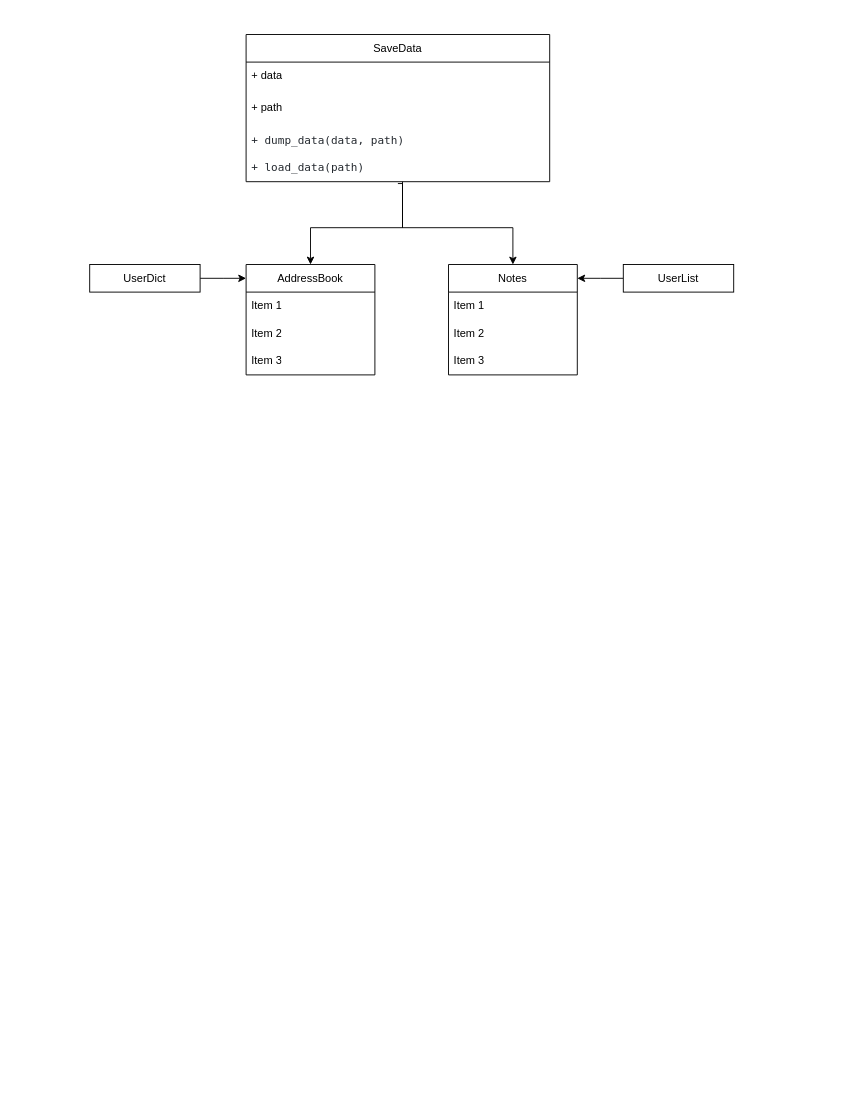
tymoshchuk-vladyslav/bot_assistant keeps this draw.io diagram as bot_assistant.drawio. Above is the earlier version. Source tidied: cells renumbered, new cells numbered last; positions are measured from the earlier drawing's top-left corner, leaving out a move shared by most shapes. Both pictures are drawn from the tidied source at 92%, with x=0, y=0 at pixel (89, 34).
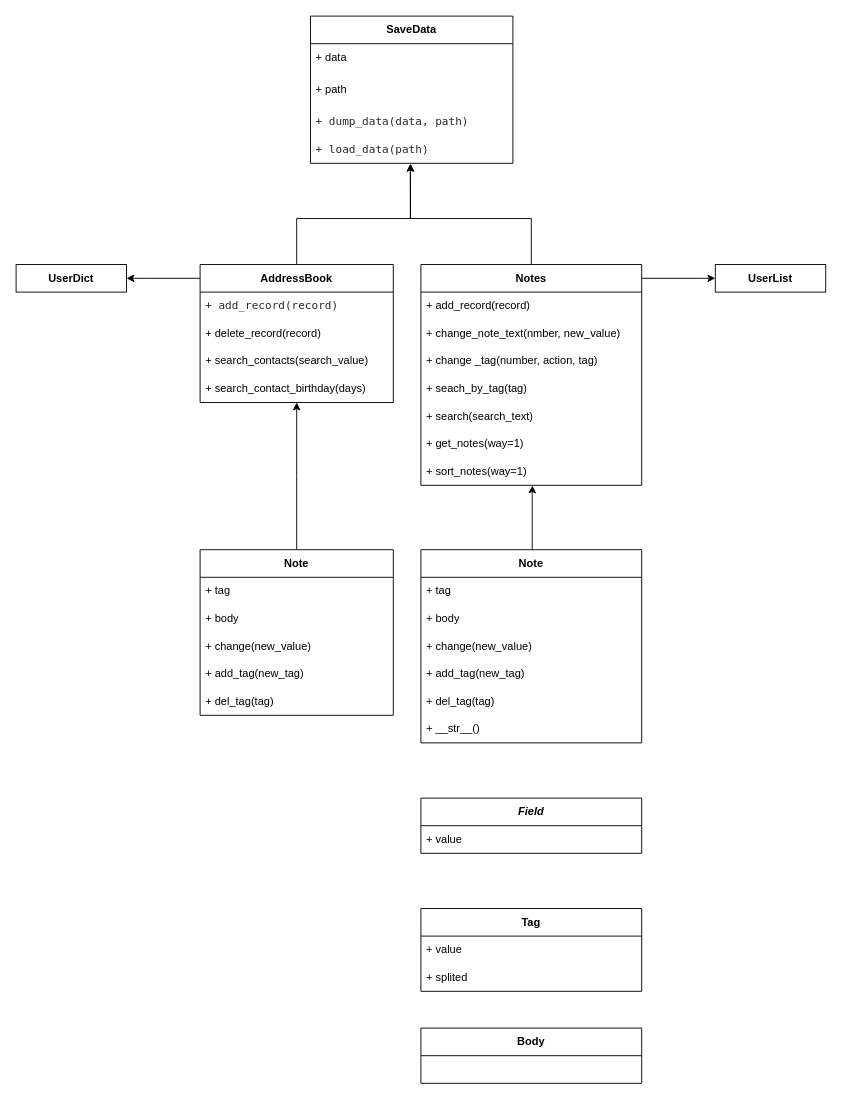
After the change.

Change to the diagram source:
```diff
@@
-    <mxCell id="2" style="edgeStyle=orthogonalEdgeStyle;rounded=0;jettySize=auto;html=1;" parent="1" edge="1" source="3">
-      <mxGeometry relative="1" as="geometry">
-        <mxPoint x="170" y="265" as="targetPoint" />
-      </mxGeometry>
-    </mxCell>
-    <mxCell id="3" value="UserDict" style="rounded=0;whiteSpace=wrap;html=1;" parent="1" vertex="1">
-      <mxGeometry y="250" width="120" height="30" as="geometry" />
+    <mxCell id="3" value="&lt;b&gt;UserDict&lt;/b&gt;" style="rounded=0;whiteSpace=wrap;html=1;" parent="1" vertex="1">
+      <mxGeometry x="-80" y="250" width="120" height="30" as="geometry" />
     </mxCell>
@@
-    <mxCell id="6" style="edgeStyle=orthogonalEdgeStyle;rounded=0;jettySize=auto;html=1;entryX=0.5;entryY=0;entryDx=0;entryDy=0;exitX=0.5;exitY=1.067;exitDx=0;exitDy=0;exitPerimeter=0;" parent="1" edge="1" source="22" target="10">
-      <mxGeometry relative="1" as="geometry">
-        <Array as="points">
-          <mxPoint x="340" y="210" />
-          <mxPoint x="240" y="210" />
-        </Array>
-      </mxGeometry>
-    </mxCell>
-    <mxCell id="7" style="edgeStyle=orthogonalEdgeStyle;rounded=0;jettySize=auto;html=1;entryX=0.5;entryY=0;entryDx=0;entryDy=0;" parent="1" edge="1" source="22" target="14">
-      <mxGeometry relative="1" as="geometry">
-        <Array as="points">
-          <mxPoint x="340" y="210" />
-          <mxPoint x="460" y="210" />
-        </Array>
-      </mxGeometry>
-    </mxCell>
-    <mxCell id="8" style="edgeStyle=orthogonalEdgeStyle;rounded=0;jettySize=auto;html=1;" parent="1" edge="1" source="9">
-      <mxGeometry relative="1" as="geometry">
-        <mxPoint x="530" y="265" as="targetPoint" />
-      </mxGeometry>
-    </mxCell>
-    <mxCell id="9" value="UserList" style="rounded=0;whiteSpace=wrap;html=1;" parent="1" vertex="1">
-      <mxGeometry x="580" y="250" width="120" height="30" as="geometry" />
+    <mxCell id="9" value="&lt;b&gt;UserList&lt;/b&gt;" style="rounded=0;whiteSpace=wrap;html=1;" parent="1" vertex="1">
+      <mxGeometry x="680" y="250" width="120" height="30" as="geometry" />
     </mxCell>
+    <mxCell id="23" style="edgeStyle=orthogonalEdgeStyle;rounded=0;jettySize=auto;html=1;entryX=0.493;entryY=1.022;entryDx=0;entryDy=0;entryPerimeter=0;strokeColor=default;" parent="1" edge="1" source="10" target="22">
+      <mxGeometry relative="1" as="geometry">
+        <Array as="points">
+          <mxPoint x="225" y="200" />
+          <mxPoint x="349" y="200" />
+        </Array>
+      </mxGeometry>
+    </mxCell>
+    <mxCell id="24" style="edgeStyle=orthogonalEdgeStyle;rounded=0;jettySize=auto;html=1;entryX=1;entryY=0.5;entryDx=0;entryDy=0;strokeColor=default;" parent="1" edge="1" source="10" target="3">
+      <mxGeometry relative="1" as="geometry">
+        <Array as="points">
+          <mxPoint x="60" y="265" />
+          <mxPoint x="60" y="265" />
+        </Array>
+      </mxGeometry>
+    </mxCell>
-    <mxCell id="10" value="AddressBook" style="swimlane;fontStyle=0;horizontal=1;startSize=30;whiteSpace=wrap;html=1;" parent="1" vertex="1">
-      <mxGeometry x="170" y="250" width="140" height="120" as="geometry" />
+    <mxCell id="10" value="&lt;b&gt;AddressBook&lt;/b&gt;" style="swimlane;fontStyle=0;horizontal=1;startSize=30;whiteSpace=wrap;html=1;" parent="1" vertex="1">
+      <mxGeometry x="120" y="250" width="210" height="150" as="geometry" />
     </mxCell>
-    <mxCell id="11" value="Item 1" style="text;strokeColor=none;fillColor=none;align=left;verticalAlign=middle;spacingLeft=4;spacingRight=4;overflow=hidden;whiteSpace=wrap;html=1;" parent="10" vertex="1">
-      <mxGeometry y="30" width="140" height="30" as="geometry" />
+    <mxCell id="11" value="&lt;font face=&quot;ui-monospace, SFMono-Regular, SF Mono, Menlo, Consolas, Liberation Mono, monospace&quot; color=&quot;#24292f&quot;&gt;&lt;span style=&quot;background-color: rgb(255, 255, 255);&quot;&gt;+ add_record(record)&lt;/span&gt;&lt;/font&gt;" style="text;strokeColor=none;fillColor=none;align=left;verticalAlign=middle;spacingLeft=4;spacingRight=4;overflow=hidden;whiteSpace=wrap;html=1;" parent="10" vertex="1">
+      <mxGeometry y="30" width="210" height="30" as="geometry" />
     </mxCell>
+    <mxCell id="25" value="+ delete_record(record)" style="text;strokeColor=none;fillColor=none;align=left;verticalAlign=middle;spacingLeft=4;spacingRight=4;overflow=hidden;whiteSpace=wrap;html=1;" parent="10" vertex="1">
+      <mxGeometry y="60" width="210" height="30" as="geometry" />
+    </mxCell>
-    <mxCell id="12" value="Item 2" style="text;strokeColor=none;fillColor=none;align=left;verticalAlign=middle;spacingLeft=4;spacingRight=4;overflow=hidden;whiteSpace=wrap;html=1;" parent="10" vertex="1">
-      <mxGeometry y="60" width="140" height="30" as="geometry" />
+    <mxCell id="12" value="+ search_contacts(search_value)" style="text;strokeColor=none;fillColor=none;align=left;verticalAlign=middle;spacingLeft=4;spacingRight=4;overflow=hidden;whiteSpace=wrap;html=1;" parent="10" vertex="1">
+      <mxGeometry y="90" width="210" height="30" as="geometry" />
     </mxCell>
-    <mxCell id="13" value="Item 3" style="text;strokeColor=none;fillColor=none;align=left;verticalAlign=middle;spacingLeft=4;spacingRight=4;overflow=hidden;whiteSpace=wrap;html=1;" parent="10" vertex="1">
-      <mxGeometry y="90" width="140" height="30" as="geometry" />
+    <mxCell id="13" value="+ search_contact_birthday(days)" style="text;strokeColor=none;fillColor=none;align=left;verticalAlign=middle;spacingLeft=4;spacingRight=4;overflow=hidden;whiteSpace=wrap;html=1;" parent="10" vertex="1">
+      <mxGeometry y="120" width="210" height="30" as="geometry" />
     </mxCell>
+    <mxCell id="26" style="edgeStyle=orthogonalEdgeStyle;rounded=0;jettySize=auto;html=1;strokeColor=default;entryX=0.494;entryY=1.013;entryDx=0;entryDy=0;entryPerimeter=0;" parent="1" edge="1" source="14" target="22">
+      <mxGeometry relative="1" as="geometry">
+        <Array as="points">
+          <mxPoint x="480" y="200" />
+          <mxPoint x="349" y="200" />
+        </Array>
+      </mxGeometry>
+    </mxCell>
+    <mxCell id="27" style="edgeStyle=orthogonalEdgeStyle;rounded=0;jettySize=auto;html=1;entryX=0;entryY=0.5;entryDx=0;entryDy=0;strokeColor=default;" parent="1" edge="1" source="14" target="9">
+      <mxGeometry relative="1" as="geometry">
+        <Array as="points">
+          <mxPoint x="660" y="265" />
+          <mxPoint x="660" y="265" />
+        </Array>
+      </mxGeometry>
+    </mxCell>
-    <mxCell id="14" value="Notes" style="swimlane;fontStyle=0;horizontal=1;startSize=30;whiteSpace=wrap;html=1;" parent="1" vertex="1">
-      <mxGeometry x="390" y="250" width="140" height="120" as="geometry" />
+    <mxCell id="14" value="&lt;b&gt;Notes&lt;/b&gt;" style="swimlane;fontStyle=0;horizontal=1;startSize=30;whiteSpace=wrap;html=1;" parent="1" vertex="1">
+      <mxGeometry x="360" y="250" width="240" height="240" as="geometry" />
     </mxCell>
-    <mxCell id="15" value="Item 1" style="text;strokeColor=none;fillColor=none;align=left;verticalAlign=middle;spacingLeft=4;spacingRight=4;overflow=hidden;whiteSpace=wrap;html=1;" parent="14" vertex="1">
-      <mxGeometry y="30" width="140" height="30" as="geometry" />
+    <mxCell id="15" value="+ add_record(record)" style="text;strokeColor=none;fillColor=none;align=left;verticalAlign=middle;spacingLeft=4;spacingRight=4;overflow=hidden;whiteSpace=wrap;html=1;" parent="14" vertex="1">
+      <mxGeometry y="30" width="240" height="30" as="geometry" />
     </mxCell>
-    <mxCell id="16" value="Item 2" style="text;strokeColor=none;fillColor=none;align=left;verticalAlign=middle;spacingLeft=4;spacingRight=4;overflow=hidden;whiteSpace=wrap;html=1;" parent="14" vertex="1">
-      <mxGeometry y="60" width="140" height="30" as="geometry" />
+    <mxCell id="16" value="+ change_note_text(nmber, new_value)" style="text;strokeColor=none;fillColor=none;align=left;verticalAlign=middle;spacingLeft=4;spacingRight=4;overflow=hidden;whiteSpace=wrap;html=1;" parent="14" vertex="1">
+      <mxGeometry y="60" width="240" height="30" as="geometry" />
     </mxCell>
+    <mxCell id="28" value="+ change _tag(number, action, tag)" style="text;strokeColor=none;fillColor=none;align=left;verticalAlign=middle;spacingLeft=4;spacingRight=4;overflow=hidden;whiteSpace=wrap;html=1;" parent="14" vertex="1">
+      <mxGeometry y="90" width="240" height="30" as="geometry" />
+    </mxCell>
+    <mxCell id="29" value="+ seach_by_tag(tag)" style="text;strokeColor=none;fillColor=none;align=left;verticalAlign=middle;spacingLeft=4;spacingRight=4;overflow=hidden;whiteSpace=wrap;html=1;" parent="14" vertex="1">
+      <mxGeometry y="120" width="240" height="30" as="geometry" />
+    </mxCell>
+    <mxCell id="30" value="+ search(search_text)" style="text;strokeColor=none;fillColor=none;align=left;verticalAlign=middle;spacingLeft=4;spacingRight=4;overflow=hidden;whiteSpace=wrap;html=1;" parent="14" vertex="1">
+      <mxGeometry y="150" width="240" height="30" as="geometry" />
+    </mxCell>
-    <mxCell id="17" value="Item 3" style="text;strokeColor=none;fillColor=none;align=left;verticalAlign=middle;spacingLeft=4;spacingRight=4;overflow=hidden;whiteSpace=wrap;html=1;" parent="14" vertex="1">
-      <mxGeometry y="90" width="140" height="30" as="geometry" />
+    <mxCell id="17" value="+ get_notes(way=1)" style="text;strokeColor=none;fillColor=none;align=left;verticalAlign=middle;spacingLeft=4;spacingRight=4;overflow=hidden;whiteSpace=wrap;html=1;" parent="14" vertex="1">
+      <mxGeometry y="180" width="240" height="30" as="geometry" />
     </mxCell>
+    <mxCell id="31" value="+ sort_notes(way=1)" style="text;strokeColor=none;fillColor=none;align=left;verticalAlign=middle;spacingLeft=4;spacingRight=4;overflow=hidden;points=[[0,0.5],[1,0.5]];portConstraint=eastwest;whiteSpace=wrap;html=1;" parent="14" vertex="1">
+      <mxGeometry y="210" width="240" height="30" as="geometry" />
+    </mxCell>
-    <mxCell id="18" value="SaveData" style="swimlane;fontStyle=0;horizontal=1;startSize=30;whiteSpace=wrap;html=1;" parent="1" vertex="1">
-      <mxGeometry x="170" width="330" height="160" as="geometry" />
+    <mxCell id="18" value="&lt;b&gt;SaveData&lt;/b&gt;" style="swimlane;fontStyle=0;horizontal=1;startSize=30;whiteSpace=wrap;html=1;" parent="1" vertex="1">
+      <mxGeometry x="240" y="-20" width="220" height="160" as="geometry" />
     </mxCell>
     <mxCell id="19" value="+ data" style="text;strokeColor=none;fillColor=none;align=left;verticalAlign=middle;spacingLeft=4;spacingRight=4;overflow=hidden;whiteSpace=wrap;html=1;" parent="18" vertex="1">
-      <mxGeometry y="30" width="330" height="30" as="geometry" />
+      <mxGeometry y="30" width="220" height="30" as="geometry" />
     </mxCell>
     <mxCell id="20" value="+ path" style="text;strokeColor=none;fillColor=none;align=left;verticalAlign=middle;spacingLeft=4;spacingRight=4;overflow=hidden;whiteSpace=wrap;html=1;" parent="18" vertex="1">
-      <mxGeometry y="60" width="330" height="40" as="geometry" />
+      <mxGeometry y="60" width="220" height="40" as="geometry" />
     </mxCell>
     <mxCell id="21" value="&lt;font face=&quot;ui-monospace, SFMono-Regular, SF Mono, Menlo, Consolas, Liberation Mono, monospace&quot; color=&quot;#24292f&quot;&gt;&lt;span style=&quot;background-color: rgb(255, 255, 255);&quot;&gt;+ dump_data(data, path)&lt;/span&gt;&lt;/font&gt;" style="text;strokeColor=none;fillColor=none;align=left;verticalAlign=middle;spacingLeft=4;spacingRight=4;overflow=hidden;whiteSpace=wrap;html=1;" parent="18" vertex="1">
-      <mxGeometry y="100" width="330" height="30" as="geometry" />
+      <mxGeometry y="100" width="220" height="30" as="geometry" />
     </mxCell>
     <mxCell id="22" value="&lt;font face=&quot;ui-monospace, SFMono-Regular, SF Mono, Menlo, Consolas, Liberation Mono, monospace&quot; color=&quot;#24292f&quot;&gt;&lt;span style=&quot;background-color: rgb(255, 255, 255);&quot;&gt;+ load_data(path)&lt;/span&gt;&lt;/font&gt;" style="text;strokeColor=none;fillColor=none;align=left;verticalAlign=middle;spacingLeft=4;spacingRight=4;overflow=hidden;points=[[0,0.5],[1,0.5]];portConstraint=eastwest;whiteSpace=wrap;html=1;" parent="18" vertex="1">
-      <mxGeometry y="130" width="330" height="30" as="geometry" />
+      <mxGeometry y="130" width="220" height="30" as="geometry" />
     </mxCell>
+    <mxCell id="32" style="edgeStyle=orthogonalEdgeStyle;rounded=0;jettySize=auto;html=1;strokeColor=default;entryX=0.505;entryY=1.006;entryDx=0;entryDy=0;entryPerimeter=0;" parent="1" edge="1" source="33" target="31">
+      <mxGeometry relative="1" as="geometry">
+        <Array as="points">
+          <mxPoint x="481" y="500" />
+          <mxPoint x="481" y="500" />
+        </Array>
+      </mxGeometry>
+    </mxCell>
+    <mxCell id="33" value="&lt;b&gt;Note&lt;/b&gt;" style="swimlane;fontStyle=0;horizontal=1;startSize=30;whiteSpace=wrap;html=1;" parent="1" vertex="1">
+      <mxGeometry x="360" y="560" width="240" height="210" as="geometry" />
+    </mxCell>
+    <mxCell id="34" value="+ tag" style="text;strokeColor=none;fillColor=none;align=left;verticalAlign=middle;spacingLeft=4;spacingRight=4;overflow=hidden;whiteSpace=wrap;html=1;" parent="33" vertex="1">
+      <mxGeometry y="30" width="240" height="30" as="geometry" />
+    </mxCell>
+    <mxCell id="35" value="+ body" style="text;strokeColor=none;fillColor=none;align=left;verticalAlign=middle;spacingLeft=4;spacingRight=4;overflow=hidden;whiteSpace=wrap;html=1;" parent="33" vertex="1">
+      <mxGeometry y="60" width="240" height="30" as="geometry" />
+    </mxCell>
+    <mxCell id="36" value="+ change(new_value)" style="text;strokeColor=none;fillColor=none;align=left;verticalAlign=middle;spacingLeft=4;spacingRight=4;overflow=hidden;whiteSpace=wrap;html=1;" parent="33" vertex="1">
+      <mxGeometry y="90" width="240" height="30" as="geometry" />
+    </mxCell>
+    <mxCell id="37" value="+ add_tag(new_tag)" style="text;strokeColor=none;fillColor=none;align=left;verticalAlign=middle;spacingLeft=4;spacingRight=4;overflow=hidden;whiteSpace=wrap;html=1;" parent="33" vertex="1">
+      <mxGeometry y="120" width="240" height="30" as="geometry" />
+    </mxCell>
+    <mxCell id="38" value="+ del_tag(tag)" style="text;strokeColor=none;fillColor=none;align=left;verticalAlign=middle;spacingLeft=4;spacingRight=4;overflow=hidden;whiteSpace=wrap;html=1;" parent="33" vertex="1">
+      <mxGeometry y="150" width="240" height="30" as="geometry" />
+    </mxCell>
+    <mxCell id="39" value="+ __str__()" style="text;strokeColor=none;fillColor=none;align=left;verticalAlign=middle;spacingLeft=4;spacingRight=4;overflow=hidden;whiteSpace=wrap;html=1;" parent="33" vertex="1">
+      <mxGeometry y="180" width="240" height="30" as="geometry" />
+    </mxCell>
+    <mxCell id="40" style="edgeStyle=orthogonalEdgeStyle;rounded=0;jettySize=auto;html=1;strokeColor=default;" parent="1" edge="1" source="41">
+      <mxGeometry relative="1" as="geometry">
+        <mxPoint x="225" y="400" as="targetPoint" />
+      </mxGeometry>
+    </mxCell>
+    <mxCell id="41" value="&lt;b&gt;Note&lt;/b&gt;" style="swimlane;fontStyle=0;horizontal=1;startSize=30;whiteSpace=wrap;html=1;" parent="1" vertex="1">
+      <mxGeometry x="120" y="560" width="210" height="180" as="geometry" />
+    </mxCell>
+    <mxCell id="42" value="+ tag" style="text;strokeColor=none;fillColor=none;align=left;verticalAlign=middle;spacingLeft=4;spacingRight=4;overflow=hidden;whiteSpace=wrap;html=1;" parent="41" vertex="1">
+      <mxGeometry y="30" width="210" height="30" as="geometry" />
+    </mxCell>
+    <mxCell id="43" value="+ body" style="text;strokeColor=none;fillColor=none;align=left;verticalAlign=middle;spacingLeft=4;spacingRight=4;overflow=hidden;whiteSpace=wrap;html=1;" parent="41" vertex="1">
+      <mxGeometry y="60" width="210" height="30" as="geometry" />
+    </mxCell>
+    <mxCell id="44" value="+ change(new_value)" style="text;strokeColor=none;fillColor=none;align=left;verticalAlign=middle;spacingLeft=4;spacingRight=4;overflow=hidden;whiteSpace=wrap;html=1;" parent="41" vertex="1">
+      <mxGeometry y="90" width="210" height="30" as="geometry" />
+    </mxCell>
+    <mxCell id="45" value="+ add_tag(new_tag)" style="text;strokeColor=none;fillColor=none;align=left;verticalAlign=middle;spacingLeft=4;spacingRight=4;overflow=hidden;whiteSpace=wrap;html=1;" parent="41" vertex="1">
+      <mxGeometry y="120" width="210" height="30" as="geometry" />
+    </mxCell>
+    <mxCell id="46" value="+ del_tag(tag)" style="text;strokeColor=none;fillColor=none;align=left;verticalAlign=middle;spacingLeft=4;spacingRight=4;overflow=hidden;whiteSpace=wrap;html=1;" parent="41" vertex="1">
+      <mxGeometry y="150" width="210" height="30" as="geometry" />
+    </mxCell>
+    <mxCell id="47" value="&lt;b&gt;&lt;i&gt;Field&lt;/i&gt;&lt;/b&gt;" style="swimlane;fontStyle=0;horizontal=1;startSize=30;whiteSpace=wrap;html=1;" parent="1" vertex="1">
+      <mxGeometry x="360" y="830" width="240" height="60" as="geometry" />
+    </mxCell>
+    <mxCell id="48" value="+ value" style="text;strokeColor=none;fillColor=none;align=left;verticalAlign=middle;spacingLeft=4;spacingRight=4;overflow=hidden;whiteSpace=wrap;html=1;" parent="47" vertex="1">
+      <mxGeometry y="30" width="240" height="30" as="geometry" />
+    </mxCell>
+    <mxCell id="49" value="&lt;b&gt;Tag&lt;/b&gt;" style="swimlane;fontStyle=0;horizontal=1;startSize=30;whiteSpace=wrap;html=1;" parent="1" vertex="1">
+      <mxGeometry x="360" y="950" width="240" height="90" as="geometry" />
+    </mxCell>
+    <mxCell id="50" value="+ value" style="text;strokeColor=none;fillColor=none;align=left;verticalAlign=middle;spacingLeft=4;spacingRight=4;overflow=hidden;whiteSpace=wrap;html=1;" parent="49" vertex="1">
+      <mxGeometry y="30" width="240" height="30" as="geometry" />
+    </mxCell>
+    <mxCell id="51" value="+ splited" style="text;strokeColor=none;fillColor=none;align=left;verticalAlign=middle;spacingLeft=4;spacingRight=4;overflow=hidden;whiteSpace=wrap;html=1;" parent="49" vertex="1">
+      <mxGeometry y="60" width="240" height="30" as="geometry" />
+    </mxCell>
+    <mxCell id="52" value="&lt;b&gt;Body&lt;/b&gt;" style="swimlane;fontStyle=0;horizontal=1;startSize=30;whiteSpace=wrap;html=1;" parent="1" vertex="1">
+      <mxGeometry x="360" y="1080" width="240" height="60" as="geometry" />
+    </mxCell>
```
